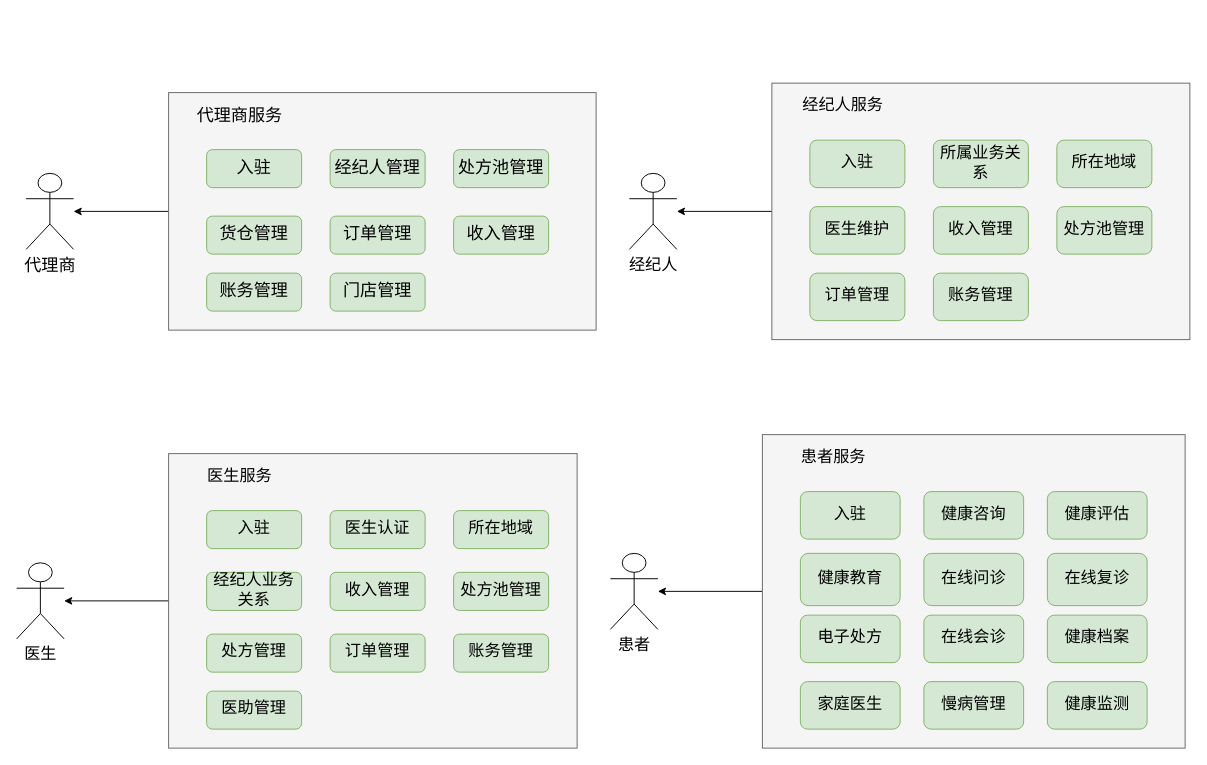
Above: jbh/业务结构说明图.drawio in GitHeP/diagrams (draw.io), before the change. Source tidied: cells renumbered, new cells numbered last; positions are measured from the earlier drawing's top-left corner, leaving out a move shared by most shapes. Both pictures are drawn from the tidied source at 95%, with x=0, y=0 at pixel (16, 83).
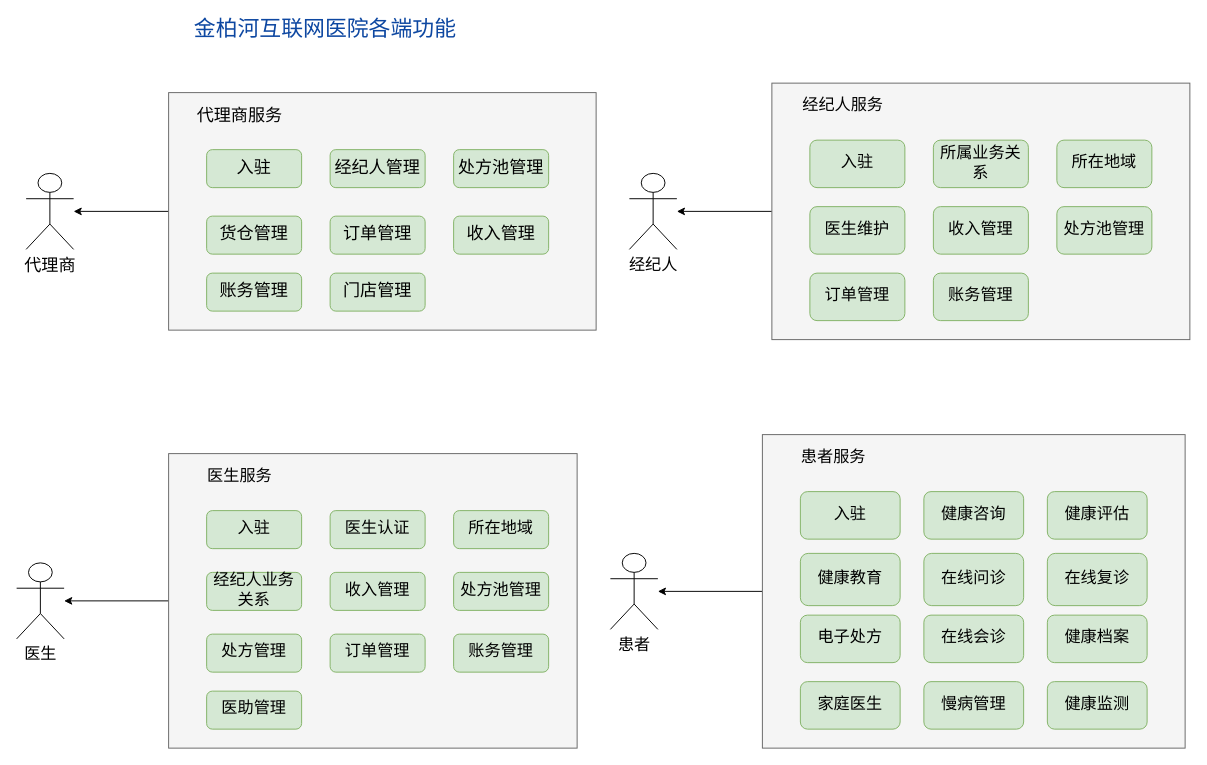
Above is the later version.

Commit message:
更新业务结构说明图.drawio

Change to the diagram source:
```diff
@@
+    <mxCell id="56" value="金柏河互联网医院各端功能" style="text;html=1;strokeColor=none;fillColor=none;align=center;verticalAlign=middle;whiteSpace=wrap;rounded=0;labelBorderColor=none;fontFamily=Courier New;fontSize=23;fontColor=#0D47A1;" parent="1" vertex="1">
+      <mxGeometry x="165" y="-70" width="320" height="30" as="geometry" />
+    </mxCell>
```
